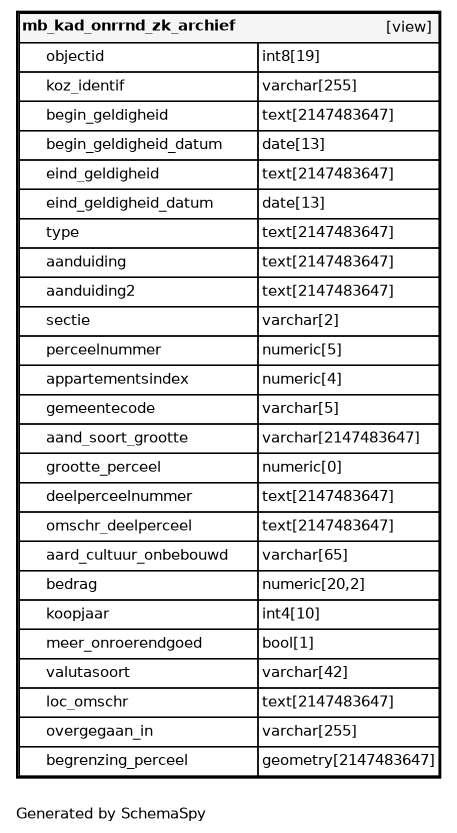
Before: datamodel/schemaspy/brk/diagrams/tables/mb_kad_onrrnd_zk_archief.1degree.png, a diagram exported from Graphviz (B3Partners/brmo). Its source is kept beside it as datamodel/schemaspy/brk/diagrams/tables/mb_kad_onrrnd_zk_archief.1degree.dot.
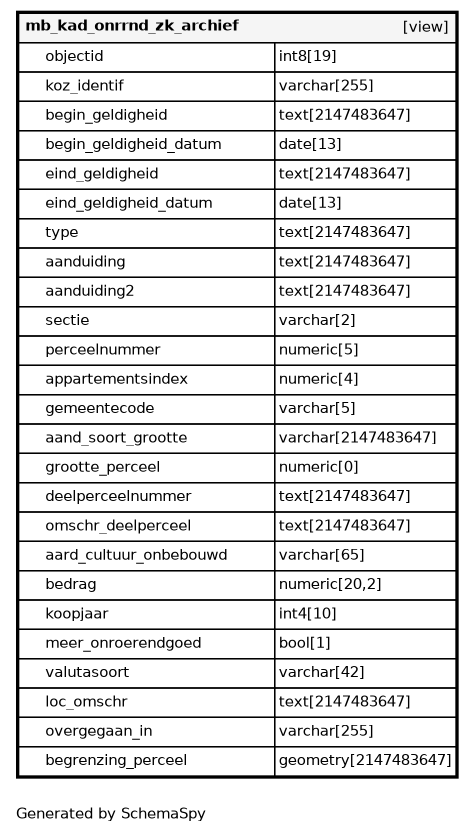
Later version of the same file.

Change to the diagram source:
```diff
@@ -1,34 +1,34 @@
 digraph "oneDegreeRelationshipsDiagram" {
-  graph [    rankdir="RL"    bgcolor="#ffffff"    label="\nGenerated by SchemaSpy"    labeljust="l"    nodesep="0.18"    ranksep="0.46"    fontname="Helvetica"    fontsize="11"    ration="compress"  ];  node [    fontname="Helvetica"    fontsize="11"    shape="plaintext"  ];  edge [    arrowsize="0.8"  ];
+  graph [    rankdir="RL"    bgcolor="#ffffff"    label="\nGenerated by SchemaSpy"    labeljust="l"    nodesep="0.18"    ranksep="0.46"    fontname="Helvetica"    fontsize="11"    packmode="graph"  ];  node [    fontname="Helvetica"    fontsize="11"    shape="plaintext"  ];  edge [    arrowsize="0.8"  ];
   "mb_kad_onrrnd_zk_archief" [
    label=<
     <TABLE BORDER="2" CELLBORDER="1" CELLSPACING="0" BGCOLOR="#ffffff">
-      <TR><TD COLSPAN="4"  BGCOLOR="#f5f5f5"><TABLE BORDER="0" CELLSPACING="0"><TR><TD ALIGN="LEFT" FIXEDSIZE="TRUE" WIDTH="158" HEIGHT="16"><B>mb_kad_onrrnd_zk_archief</B></TD><TD ALIGN="RIGHT">[view]</TD></TR></TABLE></TD></TR>
-      <TR><TD PORT="objectid" COLSPAN="2" ALIGN="LEFT"><TABLE BORDER="0" CELLSPACING="0" ALIGN="LEFT"><TR ALIGN="LEFT"><TD ALIGN="LEFT" FIXEDSIZE="TRUE" WIDTH="15" HEIGHT="16"></TD><TD ALIGN="LEFT" FIXEDSIZE="TRUE" WIDTH="158" HEIGHT="16">objectid</TD></TR></TABLE></TD><TD PORT="objectid.type" ALIGN="LEFT">int8[19]</TD></TR>
-      <TR><TD PORT="koz_identif" COLSPAN="2" ALIGN="LEFT"><TABLE BORDER="0" CELLSPACING="0" ALIGN="LEFT"><TR ALIGN="LEFT"><TD ALIGN="LEFT" FIXEDSIZE="TRUE" WIDTH="15" HEIGHT="16"></TD><TD ALIGN="LEFT" FIXEDSIZE="TRUE" WIDTH="158" HEIGHT="16">koz_identif</TD></TR></TABLE></TD><TD PORT="koz_identif.type" ALIGN="LEFT">varchar[255]</TD></TR>
-      <TR><TD PORT="begin_geldigheid" COLSPAN="2" ALIGN="LEFT"><TABLE BORDER="0" CELLSPACING="0" ALIGN="LEFT"><TR ALIGN="LEFT"><TD ALIGN="LEFT" FIXEDSIZE="TRUE" WIDTH="15" HEIGHT="16"></TD><TD ALIGN="LEFT" FIXEDSIZE="TRUE" WIDTH="158" HEIGHT="16">begin_geldigheid</TD></TR></TABLE></TD><TD PORT="begin_geldigheid.type" ALIGN="LEFT">text[2147483647]</TD></TR>
-      <TR><TD PORT="begin_geldigheid_datum" COLSPAN="2" ALIGN="LEFT"><TABLE BORDER="0" CELLSPACING="0" ALIGN="LEFT"><TR ALIGN="LEFT"><TD ALIGN="LEFT" FIXEDSIZE="TRUE" WIDTH="15" HEIGHT="16"></TD><TD ALIGN="LEFT" FIXEDSIZE="TRUE" WIDTH="158" HEIGHT="16">begin_geldigheid_datum</TD></TR></TABLE></TD><TD PORT="begin_geldigheid_datum.type" ALIGN="LEFT">date[13]</TD></TR>
-      <TR><TD PORT="eind_geldigheid" COLSPAN="2" ALIGN="LEFT"><TABLE BORDER="0" CELLSPACING="0" ALIGN="LEFT"><TR ALIGN="LEFT"><TD ALIGN="LEFT" FIXEDSIZE="TRUE" WIDTH="15" HEIGHT="16"></TD><TD ALIGN="LEFT" FIXEDSIZE="TRUE" WIDTH="158" HEIGHT="16">eind_geldigheid</TD></TR></TABLE></TD><TD PORT="eind_geldigheid.type" ALIGN="LEFT">text[2147483647]</TD></TR>
-      <TR><TD PORT="eind_geldigheid_datum" COLSPAN="2" ALIGN="LEFT"><TABLE BORDER="0" CELLSPACING="0" ALIGN="LEFT"><TR ALIGN="LEFT"><TD ALIGN="LEFT" FIXEDSIZE="TRUE" WIDTH="15" HEIGHT="16"></TD><TD ALIGN="LEFT" FIXEDSIZE="TRUE" WIDTH="158" HEIGHT="16">eind_geldigheid_datum</TD></TR></TABLE></TD><TD PORT="eind_geldigheid_datum.type" ALIGN="LEFT">date[13]</TD></TR>
-      <TR><TD PORT="type" COLSPAN="2" ALIGN="LEFT"><TABLE BORDER="0" CELLSPACING="0" ALIGN="LEFT"><TR ALIGN="LEFT"><TD ALIGN="LEFT" FIXEDSIZE="TRUE" WIDTH="15" HEIGHT="16"></TD><TD ALIGN="LEFT" FIXEDSIZE="TRUE" WIDTH="158" HEIGHT="16">type</TD></TR></TABLE></TD><TD PORT="type.type" ALIGN="LEFT">text[2147483647]</TD></TR>
-      <TR><TD PORT="aanduiding" COLSPAN="2" ALIGN="LEFT"><TABLE BORDER="0" CELLSPACING="0" ALIGN="LEFT"><TR ALIGN="LEFT"><TD ALIGN="LEFT" FIXEDSIZE="TRUE" WIDTH="15" HEIGHT="16"></TD><TD ALIGN="LEFT" FIXEDSIZE="TRUE" WIDTH="158" HEIGHT="16">aanduiding</TD></TR></TABLE></TD><TD PORT="aanduiding.type" ALIGN="LEFT">text[2147483647]</TD></TR>
-      <TR><TD PORT="aanduiding2" COLSPAN="2" ALIGN="LEFT"><TABLE BORDER="0" CELLSPACING="0" ALIGN="LEFT"><TR ALIGN="LEFT"><TD ALIGN="LEFT" FIXEDSIZE="TRUE" WIDTH="15" HEIGHT="16"></TD><TD ALIGN="LEFT" FIXEDSIZE="TRUE" WIDTH="158" HEIGHT="16">aanduiding2</TD></TR></TABLE></TD><TD PORT="aanduiding2.type" ALIGN="LEFT">text[2147483647]</TD></TR>
-      <TR><TD PORT="sectie" COLSPAN="2" ALIGN="LEFT"><TABLE BORDER="0" CELLSPACING="0" ALIGN="LEFT"><TR ALIGN="LEFT"><TD ALIGN="LEFT" FIXEDSIZE="TRUE" WIDTH="15" HEIGHT="16"></TD><TD ALIGN="LEFT" FIXEDSIZE="TRUE" WIDTH="158" HEIGHT="16">sectie</TD></TR></TABLE></TD><TD PORT="sectie.type" ALIGN="LEFT">varchar[2]</TD></TR>
-      <TR><TD PORT="perceelnummer" COLSPAN="2" ALIGN="LEFT"><TABLE BORDER="0" CELLSPACING="0" ALIGN="LEFT"><TR ALIGN="LEFT"><TD ALIGN="LEFT" FIXEDSIZE="TRUE" WIDTH="15" HEIGHT="16"></TD><TD ALIGN="LEFT" FIXEDSIZE="TRUE" WIDTH="158" HEIGHT="16">perceelnummer</TD></TR></TABLE></TD><TD PORT="perceelnummer.type" ALIGN="LEFT">numeric[5]</TD></TR>
-      <TR><TD PORT="appartementsindex" COLSPAN="2" ALIGN="LEFT"><TABLE BORDER="0" CELLSPACING="0" ALIGN="LEFT"><TR ALIGN="LEFT"><TD ALIGN="LEFT" FIXEDSIZE="TRUE" WIDTH="15" HEIGHT="16"></TD><TD ALIGN="LEFT" FIXEDSIZE="TRUE" WIDTH="158" HEIGHT="16">appartementsindex</TD></TR></TABLE></TD><TD PORT="appartementsindex.type" ALIGN="LEFT">numeric[4]</TD></TR>
-      <TR><TD PORT="gemeentecode" COLSPAN="2" ALIGN="LEFT"><TABLE BORDER="0" CELLSPACING="0" ALIGN="LEFT"><TR ALIGN="LEFT"><TD ALIGN="LEFT" FIXEDSIZE="TRUE" WIDTH="15" HEIGHT="16"></TD><TD ALIGN="LEFT" FIXEDSIZE="TRUE" WIDTH="158" HEIGHT="16">gemeentecode</TD></TR></TABLE></TD><TD PORT="gemeentecode.type" ALIGN="LEFT">varchar[5]</TD></TR>
-      <TR><TD PORT="aand_soort_grootte" COLSPAN="2" ALIGN="LEFT"><TABLE BORDER="0" CELLSPACING="0" ALIGN="LEFT"><TR ALIGN="LEFT"><TD ALIGN="LEFT" FIXEDSIZE="TRUE" WIDTH="15" HEIGHT="16"></TD><TD ALIGN="LEFT" FIXEDSIZE="TRUE" WIDTH="158" HEIGHT="16">aand_soort_grootte</TD></TR></TABLE></TD><TD PORT="aand_soort_grootte.type" ALIGN="LEFT">varchar[2147483647]</TD></TR>
-      <TR><TD PORT="grootte_perceel" COLSPAN="2" ALIGN="LEFT"><TABLE BORDER="0" CELLSPACING="0" ALIGN="LEFT"><TR ALIGN="LEFT"><TD ALIGN="LEFT" FIXEDSIZE="TRUE" WIDTH="15" HEIGHT="16"></TD><TD ALIGN="LEFT" FIXEDSIZE="TRUE" WIDTH="158" HEIGHT="16">grootte_perceel</TD></TR></TABLE></TD><TD PORT="grootte_perceel.type" ALIGN="LEFT">numeric[0]</TD></TR>
-      <TR><TD PORT="deelperceelnummer" COLSPAN="2" ALIGN="LEFT"><TABLE BORDER="0" CELLSPACING="0" ALIGN="LEFT"><TR ALIGN="LEFT"><TD ALIGN="LEFT" FIXEDSIZE="TRUE" WIDTH="15" HEIGHT="16"></TD><TD ALIGN="LEFT" FIXEDSIZE="TRUE" WIDTH="158" HEIGHT="16">deelperceelnummer</TD></TR></TABLE></TD><TD PORT="deelperceelnummer.type" ALIGN="LEFT">text[2147483647]</TD></TR>
-      <TR><TD PORT="omschr_deelperceel" COLSPAN="2" ALIGN="LEFT"><TABLE BORDER="0" CELLSPACING="0" ALIGN="LEFT"><TR ALIGN="LEFT"><TD ALIGN="LEFT" FIXEDSIZE="TRUE" WIDTH="15" HEIGHT="16"></TD><TD ALIGN="LEFT" FIXEDSIZE="TRUE" WIDTH="158" HEIGHT="16">omschr_deelperceel</TD></TR></TABLE></TD><TD PORT="omschr_deelperceel.type" ALIGN="LEFT">text[2147483647]</TD></TR>
-      <TR><TD PORT="aard_cultuur_onbebouwd" COLSPAN="2" ALIGN="LEFT"><TABLE BORDER="0" CELLSPACING="0" ALIGN="LEFT"><TR ALIGN="LEFT"><TD ALIGN="LEFT" FIXEDSIZE="TRUE" WIDTH="15" HEIGHT="16"></TD><TD ALIGN="LEFT" FIXEDSIZE="TRUE" WIDTH="158" HEIGHT="16">aard_cultuur_onbebouwd</TD></TR></TABLE></TD><TD PORT="aard_cultuur_onbebouwd.type" ALIGN="LEFT">varchar[65]</TD></TR>
-      <TR><TD PORT="bedrag" COLSPAN="2" ALIGN="LEFT"><TABLE BORDER="0" CELLSPACING="0" ALIGN="LEFT"><TR ALIGN="LEFT"><TD ALIGN="LEFT" FIXEDSIZE="TRUE" WIDTH="15" HEIGHT="16"></TD><TD ALIGN="LEFT" FIXEDSIZE="TRUE" WIDTH="158" HEIGHT="16">bedrag</TD></TR></TABLE></TD><TD PORT="bedrag.type" ALIGN="LEFT">numeric[20,2]</TD></TR>
-      <TR><TD PORT="koopjaar" COLSPAN="2" ALIGN="LEFT"><TABLE BORDER="0" CELLSPACING="0" ALIGN="LEFT"><TR ALIGN="LEFT"><TD ALIGN="LEFT" FIXEDSIZE="TRUE" WIDTH="15" HEIGHT="16"></TD><TD ALIGN="LEFT" FIXEDSIZE="TRUE" WIDTH="158" HEIGHT="16">koopjaar</TD></TR></TABLE></TD><TD PORT="koopjaar.type" ALIGN="LEFT">int4[10]</TD></TR>
-      <TR><TD PORT="meer_onroerendgoed" COLSPAN="2" ALIGN="LEFT"><TABLE BORDER="0" CELLSPACING="0" ALIGN="LEFT"><TR ALIGN="LEFT"><TD ALIGN="LEFT" FIXEDSIZE="TRUE" WIDTH="15" HEIGHT="16"></TD><TD ALIGN="LEFT" FIXEDSIZE="TRUE" WIDTH="158" HEIGHT="16">meer_onroerendgoed</TD></TR></TABLE></TD><TD PORT="meer_onroerendgoed.type" ALIGN="LEFT">bool[1]</TD></TR>
-      <TR><TD PORT="valutasoort" COLSPAN="2" ALIGN="LEFT"><TABLE BORDER="0" CELLSPACING="0" ALIGN="LEFT"><TR ALIGN="LEFT"><TD ALIGN="LEFT" FIXEDSIZE="TRUE" WIDTH="15" HEIGHT="16"></TD><TD ALIGN="LEFT" FIXEDSIZE="TRUE" WIDTH="158" HEIGHT="16">valutasoort</TD></TR></TABLE></TD><TD PORT="valutasoort.type" ALIGN="LEFT">varchar[42]</TD></TR>
-      <TR><TD PORT="loc_omschr" COLSPAN="2" ALIGN="LEFT"><TABLE BORDER="0" CELLSPACING="0" ALIGN="LEFT"><TR ALIGN="LEFT"><TD ALIGN="LEFT" FIXEDSIZE="TRUE" WIDTH="15" HEIGHT="16"></TD><TD ALIGN="LEFT" FIXEDSIZE="TRUE" WIDTH="158" HEIGHT="16">loc_omschr</TD></TR></TABLE></TD><TD PORT="loc_omschr.type" ALIGN="LEFT">text[2147483647]</TD></TR>
-      <TR><TD PORT="overgegaan_in" COLSPAN="2" ALIGN="LEFT"><TABLE BORDER="0" CELLSPACING="0" ALIGN="LEFT"><TR ALIGN="LEFT"><TD ALIGN="LEFT" FIXEDSIZE="TRUE" WIDTH="15" HEIGHT="16"></TD><TD ALIGN="LEFT" FIXEDSIZE="TRUE" WIDTH="158" HEIGHT="16">overgegaan_in</TD></TR></TABLE></TD><TD PORT="overgegaan_in.type" ALIGN="LEFT">varchar[255]</TD></TR>
-      <TR><TD PORT="begrenzing_perceel" COLSPAN="2" ALIGN="LEFT"><TABLE BORDER="0" CELLSPACING="0" ALIGN="LEFT"><TR ALIGN="LEFT"><TD ALIGN="LEFT" FIXEDSIZE="TRUE" WIDTH="15" HEIGHT="16"></TD><TD ALIGN="LEFT" FIXEDSIZE="TRUE" WIDTH="158" HEIGHT="16">begrenzing_perceel</TD></TR></TABLE></TD><TD PORT="begrenzing_perceel.type" ALIGN="LEFT">geometry[2147483647]</TD></TR>
+      <TR><TD COLSPAN="4"  BGCOLOR="#f5f5f5"><TABLE BORDER="0" CELLSPACING="0"><TR><TD ALIGN="LEFT" FIXEDSIZE="TRUE" WIDTH="171" HEIGHT="16"><B>mb_kad_onrrnd_zk_archief</B></TD><TD ALIGN="RIGHT">[view]</TD></TR></TABLE></TD></TR>
+      <TR><TD PORT="objectid" COLSPAN="2" ALIGN="LEFT"><TABLE BORDER="0" CELLSPACING="0" ALIGN="LEFT"><TR ALIGN="LEFT"><TD ALIGN="LEFT" FIXEDSIZE="TRUE" WIDTH="15" HEIGHT="16"></TD><TD ALIGN="LEFT" FIXEDSIZE="TRUE" WIDTH="171" HEIGHT="16">objectid</TD></TR></TABLE></TD><TD PORT="objectid.type" ALIGN="LEFT">int8[19]</TD></TR>
+      <TR><TD PORT="koz_identif" COLSPAN="2" ALIGN="LEFT"><TABLE BORDER="0" CELLSPACING="0" ALIGN="LEFT"><TR ALIGN="LEFT"><TD ALIGN="LEFT" FIXEDSIZE="TRUE" WIDTH="15" HEIGHT="16"></TD><TD ALIGN="LEFT" FIXEDSIZE="TRUE" WIDTH="171" HEIGHT="16">koz_identif</TD></TR></TABLE></TD><TD PORT="koz_identif.type" ALIGN="LEFT">varchar[255]</TD></TR>
+      <TR><TD PORT="begin_geldigheid" COLSPAN="2" ALIGN="LEFT"><TABLE BORDER="0" CELLSPACING="0" ALIGN="LEFT"><TR ALIGN="LEFT"><TD ALIGN="LEFT" FIXEDSIZE="TRUE" WIDTH="15" HEIGHT="16"></TD><TD ALIGN="LEFT" FIXEDSIZE="TRUE" WIDTH="171" HEIGHT="16">begin_geldigheid</TD></TR></TABLE></TD><TD PORT="begin_geldigheid.type" ALIGN="LEFT">text[2147483647]</TD></TR>
+      <TR><TD PORT="begin_geldigheid_datum" COLSPAN="2" ALIGN="LEFT"><TABLE BORDER="0" CELLSPACING="0" ALIGN="LEFT"><TR ALIGN="LEFT"><TD ALIGN="LEFT" FIXEDSIZE="TRUE" WIDTH="15" HEIGHT="16"></TD><TD ALIGN="LEFT" FIXEDSIZE="TRUE" WIDTH="171" HEIGHT="16">begin_geldigheid_datum</TD></TR></TABLE></TD><TD PORT="begin_geldigheid_datum.type" ALIGN="LEFT">date[13]</TD></TR>
+      <TR><TD PORT="eind_geldigheid" COLSPAN="2" ALIGN="LEFT"><TABLE BORDER="0" CELLSPACING="0" ALIGN="LEFT"><TR ALIGN="LEFT"><TD ALIGN="LEFT" FIXEDSIZE="TRUE" WIDTH="15" HEIGHT="16"></TD><TD ALIGN="LEFT" FIXEDSIZE="TRUE" WIDTH="171" HEIGHT="16">eind_geldigheid</TD></TR></TABLE></TD><TD PORT="eind_geldigheid.type" ALIGN="LEFT">text[2147483647]</TD></TR>
+      <TR><TD PORT="eind_geldigheid_datum" COLSPAN="2" ALIGN="LEFT"><TABLE BORDER="0" CELLSPACING="0" ALIGN="LEFT"><TR ALIGN="LEFT"><TD ALIGN="LEFT" FIXEDSIZE="TRUE" WIDTH="15" HEIGHT="16"></TD><TD ALIGN="LEFT" FIXEDSIZE="TRUE" WIDTH="171" HEIGHT="16">eind_geldigheid_datum</TD></TR></TABLE></TD><TD PORT="eind_geldigheid_datum.type" ALIGN="LEFT">date[13]</TD></TR>
+      <TR><TD PORT="type" COLSPAN="2" ALIGN="LEFT"><TABLE BORDER="0" CELLSPACING="0" ALIGN="LEFT"><TR ALIGN="LEFT"><TD ALIGN="LEFT" FIXEDSIZE="TRUE" WIDTH="15" HEIGHT="16"></TD><TD ALIGN="LEFT" FIXEDSIZE="TRUE" WIDTH="171" HEIGHT="16">type</TD></TR></TABLE></TD><TD PORT="type.type" ALIGN="LEFT">text[2147483647]</TD></TR>
+      <TR><TD PORT="aanduiding" COLSPAN="2" ALIGN="LEFT"><TABLE BORDER="0" CELLSPACING="0" ALIGN="LEFT"><TR ALIGN="LEFT"><TD ALIGN="LEFT" FIXEDSIZE="TRUE" WIDTH="15" HEIGHT="16"></TD><TD ALIGN="LEFT" FIXEDSIZE="TRUE" WIDTH="171" HEIGHT="16">aanduiding</TD></TR></TABLE></TD><TD PORT="aanduiding.type" ALIGN="LEFT">text[2147483647]</TD></TR>
+      <TR><TD PORT="aanduiding2" COLSPAN="2" ALIGN="LEFT"><TABLE BORDER="0" CELLSPACING="0" ALIGN="LEFT"><TR ALIGN="LEFT"><TD ALIGN="LEFT" FIXEDSIZE="TRUE" WIDTH="15" HEIGHT="16"></TD><TD ALIGN="LEFT" FIXEDSIZE="TRUE" WIDTH="171" HEIGHT="16">aanduiding2</TD></TR></TABLE></TD><TD PORT="aanduiding2.type" ALIGN="LEFT">text[2147483647]</TD></TR>
+      <TR><TD PORT="sectie" COLSPAN="2" ALIGN="LEFT"><TABLE BORDER="0" CELLSPACING="0" ALIGN="LEFT"><TR ALIGN="LEFT"><TD ALIGN="LEFT" FIXEDSIZE="TRUE" WIDTH="15" HEIGHT="16"></TD><TD ALIGN="LEFT" FIXEDSIZE="TRUE" WIDTH="171" HEIGHT="16">sectie</TD></TR></TABLE></TD><TD PORT="sectie.type" ALIGN="LEFT">varchar[2]</TD></TR>
+      <TR><TD PORT="perceelnummer" COLSPAN="2" ALIGN="LEFT"><TABLE BORDER="0" CELLSPACING="0" ALIGN="LEFT"><TR ALIGN="LEFT"><TD ALIGN="LEFT" FIXEDSIZE="TRUE" WIDTH="15" HEIGHT="16"></TD><TD ALIGN="LEFT" FIXEDSIZE="TRUE" WIDTH="171" HEIGHT="16">perceelnummer</TD></TR></TABLE></TD><TD PORT="perceelnummer.type" ALIGN="LEFT">numeric[5]</TD></TR>
+      <TR><TD PORT="appartementsindex" COLSPAN="2" ALIGN="LEFT"><TABLE BORDER="0" CELLSPACING="0" ALIGN="LEFT"><TR ALIGN="LEFT"><TD ALIGN="LEFT" FIXEDSIZE="TRUE" WIDTH="15" HEIGHT="16"></TD><TD ALIGN="LEFT" FIXEDSIZE="TRUE" WIDTH="171" HEIGHT="16">appartementsindex</TD></TR></TABLE></TD><TD PORT="appartementsindex.type" ALIGN="LEFT">numeric[4]</TD></TR>
+      <TR><TD PORT="gemeentecode" COLSPAN="2" ALIGN="LEFT"><TABLE BORDER="0" CELLSPACING="0" ALIGN="LEFT"><TR ALIGN="LEFT"><TD ALIGN="LEFT" FIXEDSIZE="TRUE" WIDTH="15" HEIGHT="16"></TD><TD ALIGN="LEFT" FIXEDSIZE="TRUE" WIDTH="171" HEIGHT="16">gemeentecode</TD></TR></TABLE></TD><TD PORT="gemeentecode.type" ALIGN="LEFT">varchar[5]</TD></TR>
+      <TR><TD PORT="aand_soort_grootte" COLSPAN="2" ALIGN="LEFT"><TABLE BORDER="0" CELLSPACING="0" ALIGN="LEFT"><TR ALIGN="LEFT"><TD ALIGN="LEFT" FIXEDSIZE="TRUE" WIDTH="15" HEIGHT="16"></TD><TD ALIGN="LEFT" FIXEDSIZE="TRUE" WIDTH="171" HEIGHT="16">aand_soort_grootte</TD></TR></TABLE></TD><TD PORT="aand_soort_grootte.type" ALIGN="LEFT">varchar[2147483647]</TD></TR>
+      <TR><TD PORT="grootte_perceel" COLSPAN="2" ALIGN="LEFT"><TABLE BORDER="0" CELLSPACING="0" ALIGN="LEFT"><TR ALIGN="LEFT"><TD ALIGN="LEFT" FIXEDSIZE="TRUE" WIDTH="15" HEIGHT="16"></TD><TD ALIGN="LEFT" FIXEDSIZE="TRUE" WIDTH="171" HEIGHT="16">grootte_perceel</TD></TR></TABLE></TD><TD PORT="grootte_perceel.type" ALIGN="LEFT">numeric[0]</TD></TR>
+      <TR><TD PORT="deelperceelnummer" COLSPAN="2" ALIGN="LEFT"><TABLE BORDER="0" CELLSPACING="0" ALIGN="LEFT"><TR ALIGN="LEFT"><TD ALIGN="LEFT" FIXEDSIZE="TRUE" WIDTH="15" HEIGHT="16"></TD><TD ALIGN="LEFT" FIXEDSIZE="TRUE" WIDTH="171" HEIGHT="16">deelperceelnummer</TD></TR></TABLE></TD><TD PORT="deelperceelnummer.type" ALIGN="LEFT">text[2147483647]</TD></TR>
+      <TR><TD PORT="omschr_deelperceel" COLSPAN="2" ALIGN="LEFT"><TABLE BORDER="0" CELLSPACING="0" ALIGN="LEFT"><TR ALIGN="LEFT"><TD ALIGN="LEFT" FIXEDSIZE="TRUE" WIDTH="15" HEIGHT="16"></TD><TD ALIGN="LEFT" FIXEDSIZE="TRUE" WIDTH="171" HEIGHT="16">omschr_deelperceel</TD></TR></TABLE></TD><TD PORT="omschr_deelperceel.type" ALIGN="LEFT">text[2147483647]</TD></TR>
+      <TR><TD PORT="aard_cultuur_onbebouwd" COLSPAN="2" ALIGN="LEFT"><TABLE BORDER="0" CELLSPACING="0" ALIGN="LEFT"><TR ALIGN="LEFT"><TD ALIGN="LEFT" FIXEDSIZE="TRUE" WIDTH="15" HEIGHT="16"></TD><TD ALIGN="LEFT" FIXEDSIZE="TRUE" WIDTH="171" HEIGHT="16">aard_cultuur_onbebouwd</TD></TR></TABLE></TD><TD PORT="aard_cultuur_onbebouwd.type" ALIGN="LEFT">varchar[65]</TD></TR>
+      <TR><TD PORT="bedrag" COLSPAN="2" ALIGN="LEFT"><TABLE BORDER="0" CELLSPACING="0" ALIGN="LEFT"><TR ALIGN="LEFT"><TD ALIGN="LEFT" FIXEDSIZE="TRUE" WIDTH="15" HEIGHT="16"></TD><TD ALIGN="LEFT" FIXEDSIZE="TRUE" WIDTH="171" HEIGHT="16">bedrag</TD></TR></TABLE></TD><TD PORT="bedrag.type" ALIGN="LEFT">numeric[20,2]</TD></TR>
+      <TR><TD PORT="koopjaar" COLSPAN="2" ALIGN="LEFT"><TABLE BORDER="0" CELLSPACING="0" ALIGN="LEFT"><TR ALIGN="LEFT"><TD ALIGN="LEFT" FIXEDSIZE="TRUE" WIDTH="15" HEIGHT="16"></TD><TD ALIGN="LEFT" FIXEDSIZE="TRUE" WIDTH="171" HEIGHT="16">koopjaar</TD></TR></TABLE></TD><TD PORT="koopjaar.type" ALIGN="LEFT">int4[10]</TD></TR>
+      <TR><TD PORT="meer_onroerendgoed" COLSPAN="2" ALIGN="LEFT"><TABLE BORDER="0" CELLSPACING="0" ALIGN="LEFT"><TR ALIGN="LEFT"><TD ALIGN="LEFT" FIXEDSIZE="TRUE" WIDTH="15" HEIGHT="16"></TD><TD ALIGN="LEFT" FIXEDSIZE="TRUE" WIDTH="171" HEIGHT="16">meer_onroerendgoed</TD></TR></TABLE></TD><TD PORT="meer_onroerendgoed.type" ALIGN="LEFT">bool[1]</TD></TR>
+      <TR><TD PORT="valutasoort" COLSPAN="2" ALIGN="LEFT"><TABLE BORDER="0" CELLSPACING="0" ALIGN="LEFT"><TR ALIGN="LEFT"><TD ALIGN="LEFT" FIXEDSIZE="TRUE" WIDTH="15" HEIGHT="16"></TD><TD ALIGN="LEFT" FIXEDSIZE="TRUE" WIDTH="171" HEIGHT="16">valutasoort</TD></TR></TABLE></TD><TD PORT="valutasoort.type" ALIGN="LEFT">varchar[42]</TD></TR>
+      <TR><TD PORT="loc_omschr" COLSPAN="2" ALIGN="LEFT"><TABLE BORDER="0" CELLSPACING="0" ALIGN="LEFT"><TR ALIGN="LEFT"><TD ALIGN="LEFT" FIXEDSIZE="TRUE" WIDTH="15" HEIGHT="16"></TD><TD ALIGN="LEFT" FIXEDSIZE="TRUE" WIDTH="171" HEIGHT="16">loc_omschr</TD></TR></TABLE></TD><TD PORT="loc_omschr.type" ALIGN="LEFT">text[2147483647]</TD></TR>
+      <TR><TD PORT="overgegaan_in" COLSPAN="2" ALIGN="LEFT"><TABLE BORDER="0" CELLSPACING="0" ALIGN="LEFT"><TR ALIGN="LEFT"><TD ALIGN="LEFT" FIXEDSIZE="TRUE" WIDTH="15" HEIGHT="16"></TD><TD ALIGN="LEFT" FIXEDSIZE="TRUE" WIDTH="171" HEIGHT="16">overgegaan_in</TD></TR></TABLE></TD><TD PORT="overgegaan_in.type" ALIGN="LEFT">varchar[255]</TD></TR>
+      <TR><TD PORT="begrenzing_perceel" COLSPAN="2" ALIGN="LEFT"><TABLE BORDER="0" CELLSPACING="0" ALIGN="LEFT"><TR ALIGN="LEFT"><TD ALIGN="LEFT" FIXEDSIZE="TRUE" WIDTH="15" HEIGHT="16"></TD><TD ALIGN="LEFT" FIXEDSIZE="TRUE" WIDTH="171" HEIGHT="16">begrenzing_perceel</TD></TR></TABLE></TD><TD PORT="begrenzing_perceel.type" ALIGN="LEFT">geometry[2147483647]</TD></TR>
     </TABLE>>
     URL="mb_kad_onrrnd_zk_archief.html"
     target="_top"
```
